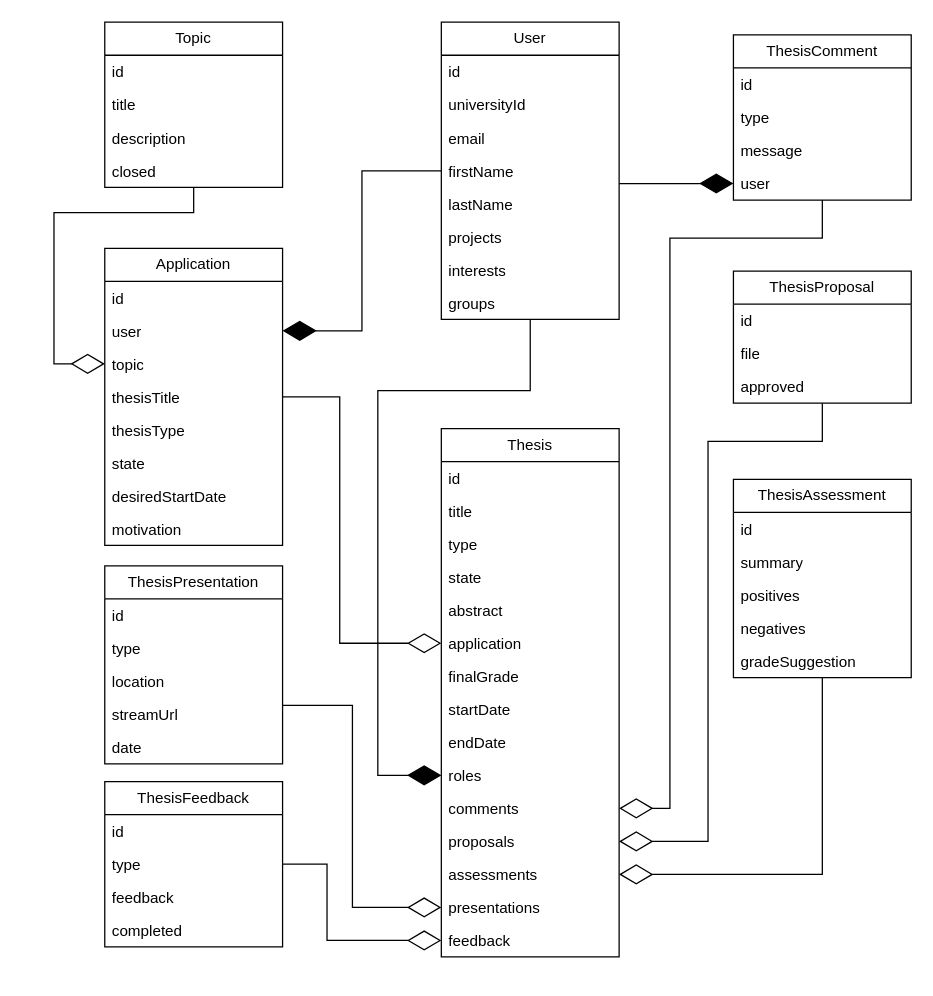
The draw.io diagram database-classes.drawio in fabian-emilius/bachelor-thesis-charts, before the edit. Source tidied: cells renumbered, new cells numbered last; positions are measured from the earlier drawing's top-left corner, leaving out a move shared by most shapes. Both pictures are drawn from the tidied source at 127%, with x=0, y=0 at pixel (53, 22).
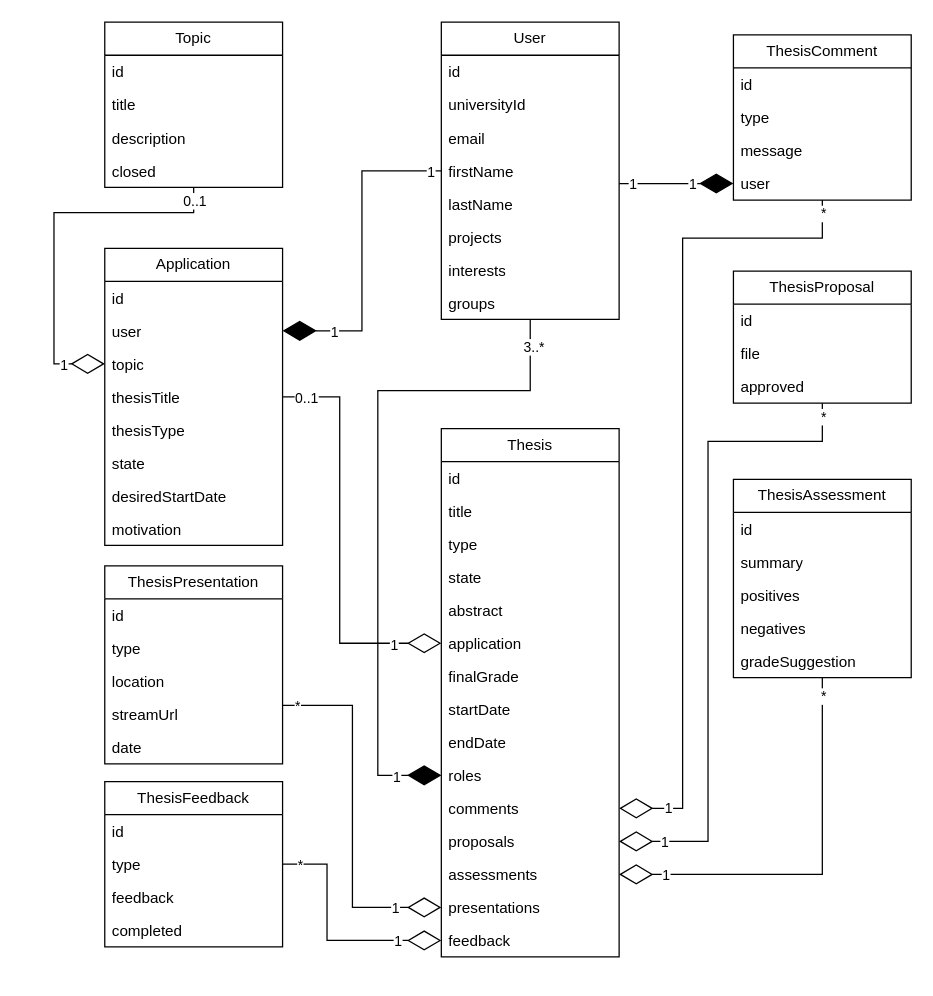
The same diagram, later.

Unchanged cells that the change refers to:
```xml
<mxCell id="21" value="roles" style="text;strokeColor=none;fillColor=none;align=left;verticalAlign=top;spacingLeft=4;spacingRight=4;overflow=hidden;points=[[0,0.5],[1,0.5]];portConstraint=eastwest;whiteSpace=wrap;html=1;" parent="11" vertex="1">
  <mxGeometry y="260" width="140" height="26" as="geometry" />
</mxCell>
<mxCell id="22" value="comments" style="text;strokeColor=none;fillColor=none;align=left;verticalAlign=top;spacingLeft=4;spacingRight=4;overflow=hidden;points=[[0,0.5],[1,0.5]];portConstraint=eastwest;whiteSpace=wrap;html=1;" parent="11" vertex="1">
  <mxGeometry y="286" width="140" height="26" as="geometry" />
</mxCell>
<mxCell id="33" value="ThesisComment" style="swimlane;fontStyle=0;horizontal=1;startSize=26;fillColor=none;whiteSpace=wrap;html=1;" parent="1" vertex="1">
  <mxGeometry x="535" y="10" width="140" height="130" as="geometry" />
</mxCell>
<mxCell id="43" value="User" style="swimlane;fontStyle=0;horizontal=1;startSize=26;fillColor=none;whiteSpace=wrap;html=1;" parent="1" vertex="1">
  <mxGeometry x="305" width="140" height="234" as="geometry" />
</mxCell>
<mxCell id="67" style="endArrow=diamondThin;endFill=1;endSize=24;html=1;rounded=0;entryX=0;entryY=0.5;entryDx=0;entryDy=0;edgeStyle=orthogonalEdgeStyle;" parent="1" edge="1" source="43" target="37">
  <mxGeometry relative="1" as="geometry">
    <Array as="points">
      <mxPoint x="465" y="127" />
      <mxPoint x="465" y="127" />
    </Array>
  </mxGeometry>
</mxCell>
<mxCell id="68" style="endArrow=diamondThin;endFill=1;endSize=24;html=1;rounded=0;entryX=1;entryY=0.5;entryDx=0;entryDy=0;edgeStyle=orthogonalEdgeStyle;" parent="1" edge="1" source="43" target="4">
  <mxGeometry relative="1" as="geometry" />
</mxCell>
<mxCell id="69" style="endArrow=diamondThin;endFill=0;endSize=24;html=1;rounded=0;entryX=0;entryY=0.5;entryDx=0;entryDy=0;edgeStyle=orthogonalEdgeStyle;" parent="1" edge="1" source="62" target="5">
  <mxGeometry relative="1" as="geometry">
    <Array as="points">
      <mxPoint x="110" y="150" />
      <mxPoint y="150" />
      <mxPoint y="269" />
    </Array>
  </mxGeometry>
</mxCell>
<mxCell id="71" style="endArrow=diamondThin;endFill=0;endSize=24;html=1;rounded=0;entryX=1;entryY=0.5;entryDx=0;entryDy=0;edgeStyle=orthogonalEdgeStyle;" parent="1" edge="1" source="58" target="23">
  <mxGeometry relative="1" as="geometry">
    <Array as="points">
      <mxPoint x="605" y="330" />
      <mxPoint x="515" y="330" />
      <mxPoint x="515" y="645" />
    </Array>
  </mxGeometry>
</mxCell>
<mxCell id="72" style="endArrow=diamondThin;endFill=0;endSize=24;html=1;rounded=0;entryX=1;entryY=0.5;entryDx=0;entryDy=0;edgeStyle=orthogonalEdgeStyle;" parent="1" edge="1" source="27" target="24">
  <mxGeometry relative="1" as="geometry" />
</mxCell>
<mxCell id="73" style="endArrow=diamondThin;endFill=0;endSize=24;html=1;rounded=0;entryX=0;entryY=0.5;entryDx=0;entryDy=0;edgeStyle=orthogonalEdgeStyle;" parent="1" edge="1" source="52" target="25">
  <mxGeometry relative="1" as="geometry">
    <Array as="points">
      <mxPoint x="235" y="538" />
      <mxPoint x="235" y="697" />
    </Array>
  </mxGeometry>
</mxCell>
<mxCell id="74" style="endArrow=diamondThin;endFill=0;endSize=24;html=1;rounded=0;entryX=0;entryY=0.5;entryDx=0;entryDy=0;edgeStyle=orthogonalEdgeStyle;" parent="1" edge="1" source="38" target="26">
  <mxGeometry relative="1" as="geometry">
    <Array as="points">
      <mxPoint x="215" y="663" />
      <mxPoint x="215" y="723" />
    </Array>
  </mxGeometry>
</mxCell>
<mxCell id="76" style="endArrow=diamondThin;endFill=0;endSize=24;html=1;rounded=0;entryX=0;entryY=0.5;entryDx=0;entryDy=0;edgeStyle=orthogonalEdgeStyle;" parent="1" edge="1" source="2" target="17">
  <mxGeometry relative="1" as="geometry">
    <Array as="points">
      <mxPoint x="225" y="295" />
      <mxPoint x="225" y="489" />
    </Array>
  </mxGeometry>
</mxCell>
```

Change to the diagram source:
```diff
@@
+    <mxCell id="77" value="1" style="edgeLabel;html=1;align=center;verticalAlign=middle;" parent="67" vertex="1">
+      <mxGeometry x="0.26" relative="1" as="geometry" />
+    </mxCell>
+    <mxCell id="78" value="1" style="edgeLabel;html=1;align=center;verticalAlign=middle;" parent="67" vertex="1">
+      <mxGeometry x="-0.77" relative="1" as="geometry" />
+    </mxCell>
@@
+    <mxCell id="79" value="1" style="edgeLabel;html=1;align=center;verticalAlign=middle;" parent="68" vertex="1">
+      <mxGeometry x="-0.93" relative="1" as="geometry" />
+    </mxCell>
+    <mxCell id="80" value="1" style="edgeLabel;html=1;align=center;verticalAlign=middle;" parent="68" vertex="1">
+      <mxGeometry x="0.68" relative="1" as="geometry" />
+    </mxCell>
@@
+    <mxCell id="81" value="1" style="edgeLabel;html=1;align=center;verticalAlign=middle;" parent="69" vertex="1">
+      <mxGeometry x="0.77" relative="1" as="geometry" />
+    </mxCell>
+    <mxCell id="82" value="0..1" style="edgeLabel;html=1;align=center;verticalAlign=middle;" parent="69" vertex="1">
+      <mxGeometry x="-0.93" relative="1" as="geometry" />
+    </mxCell>
     <mxCell id="70" style="endArrow=diamondThin;endFill=0;endSize=24;html=1;rounded=0;entryX=1;entryY=0.5;entryDx=0;entryDy=0;edgeStyle=orthogonalEdgeStyle;" parent="1" edge="1" source="33" target="22">
       <mxGeometry relative="1" as="geometry">
         <Array as="points">
           <mxPoint x="605" y="170" />
-          <mxPoint x="485" y="170" />
-          <mxPoint x="485" y="619" />
+          <mxPoint x="495" y="170" />
+          <mxPoint x="495" y="619" />
         </Array>
       </mxGeometry>
     </mxCell>
+    <mxCell id="83" value="1" style="edgeLabel;html=1;align=center;verticalAlign=middle;" parent="70" vertex="1">
+      <mxGeometry x="0.88" y="-1" relative="1" as="geometry" />
+    </mxCell>
+    <mxCell id="84" value="*" style="edgeLabel;html=1;align=center;verticalAlign=middle;" parent="70" vertex="1">
+      <mxGeometry x="-0.97" relative="1" as="geometry" />
+    </mxCell>
@@
+    <mxCell id="85" value="1" style="edgeLabel;html=1;align=center;verticalAlign=middle;" parent="71" vertex="1">
+      <mxGeometry x="0.86" relative="1" as="geometry" />
+    </mxCell>
+    <mxCell id="86" value="*" style="edgeLabel;html=1;align=center;verticalAlign=middle;" parent="71" vertex="1">
+      <mxGeometry x="-0.96" relative="1" as="geometry" />
+    </mxCell>
@@
+    <mxCell id="87" value="1" style="edgeLabel;html=1;align=center;verticalAlign=middle;" parent="72" vertex="1">
+      <mxGeometry x="0.77" relative="1" as="geometry" />
+    </mxCell>
+    <mxCell id="88" value="*" style="edgeLabel;html=1;align=center;verticalAlign=middle;" parent="72" vertex="1">
+      <mxGeometry x="-0.91" relative="1" as="geometry" />
+    </mxCell>
@@
+    <mxCell id="89" value="1" style="edgeLabel;html=1;align=center;verticalAlign=middle;" parent="73" vertex="1">
+      <mxGeometry x="0.74" relative="1" as="geometry" />
+    </mxCell>
+    <mxCell id="90" value="*" style="edgeLabel;html=1;align=center;verticalAlign=middle;" parent="73" vertex="1">
+      <mxGeometry x="-0.92" relative="1" as="geometry" />
+    </mxCell>
@@
+    <mxCell id="91" value="*" style="edgeLabel;html=1;align=center;verticalAlign=middle;" parent="74" vertex="1">
+      <mxGeometry x="-0.86" relative="1" as="geometry" />
+    </mxCell>
+    <mxCell id="92" value="1" style="edgeLabel;html=1;align=center;verticalAlign=middle;" parent="74" vertex="1">
+      <mxGeometry x="0.62" relative="1" as="geometry" />
+    </mxCell>
-    <mxCell id="75" style="endArrow=diamondThin;endFill=1;endSize=24;html=1;rounded=0;entryX=0;entryY=0.5;entryDx=0;entryDy=0;edgeStyle=orthogonalEdgeStyle;" parent="1" edge="1" source="43" target="21">
+    <mxCell id="75" style="endArrow=diamondThin;endFill=1;endSize=24;html=1;rounded=0;entryX=0;entryY=0.5;entryDx=0;entryDy=0;edgeStyle=orthogonalEdgeStyle;" parent="1" edge="1" target="21">
       <mxGeometry relative="1" as="geometry">
+        <mxPoint x="375" y="234" as="sourcePoint" />
         <Array as="points">
           <mxPoint x="375" y="290" />
           <mxPoint x="255" y="290" />
           <mxPoint x="255" y="593" />
         </Array>
       </mxGeometry>
     </mxCell>
+    <mxCell id="93" value="1" style="edgeLabel;html=1;align=center;verticalAlign=middle;" parent="75" vertex="1">
+      <mxGeometry x="0.86" y="-1" relative="1" as="geometry">
+        <mxPoint x="1" as="offset" />
+      </mxGeometry>
+    </mxCell>
+    <mxCell id="94" value="3..*" style="edgeLabel;html=1;align=center;verticalAlign=middle;" parent="75" vertex="1">
+      <mxGeometry x="-0.92" y="2" relative="1" as="geometry" />
+    </mxCell>
@@
+    <mxCell id="95" value="1" style="edgeLabel;html=1;align=center;verticalAlign=middle;" parent="76" vertex="1">
+      <mxGeometry x="0.76" y="-1" relative="1" as="geometry" />
+    </mxCell>
+    <mxCell id="96" value="0..1" style="edgeLabel;html=1;align=center;verticalAlign=middle;" parent="76" vertex="1">
+      <mxGeometry x="-0.89" relative="1" as="geometry" />
+    </mxCell>
```
